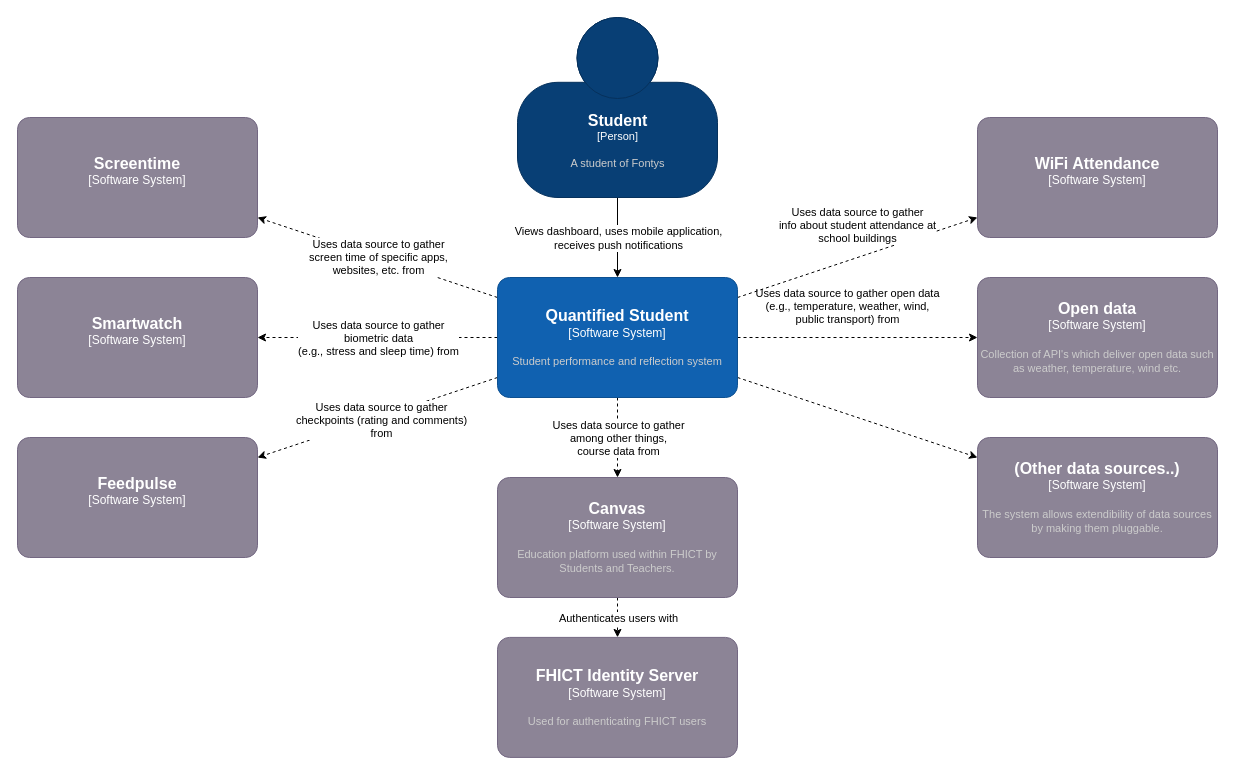
The draw.io diagram page "C1 - Context" (1 of 4) of QS - C4 model.drawio in quantifiedstudent/QS-Docs, before the edit. Source tidied: cells renumbered, new cells numbered last; positions are measured from the earlier drawing's top-left corner, leaving out a move shared by most shapes. Both pictures are drawn from the tidied source at 100%, with x=0, y=0 at pixel (17, 17).
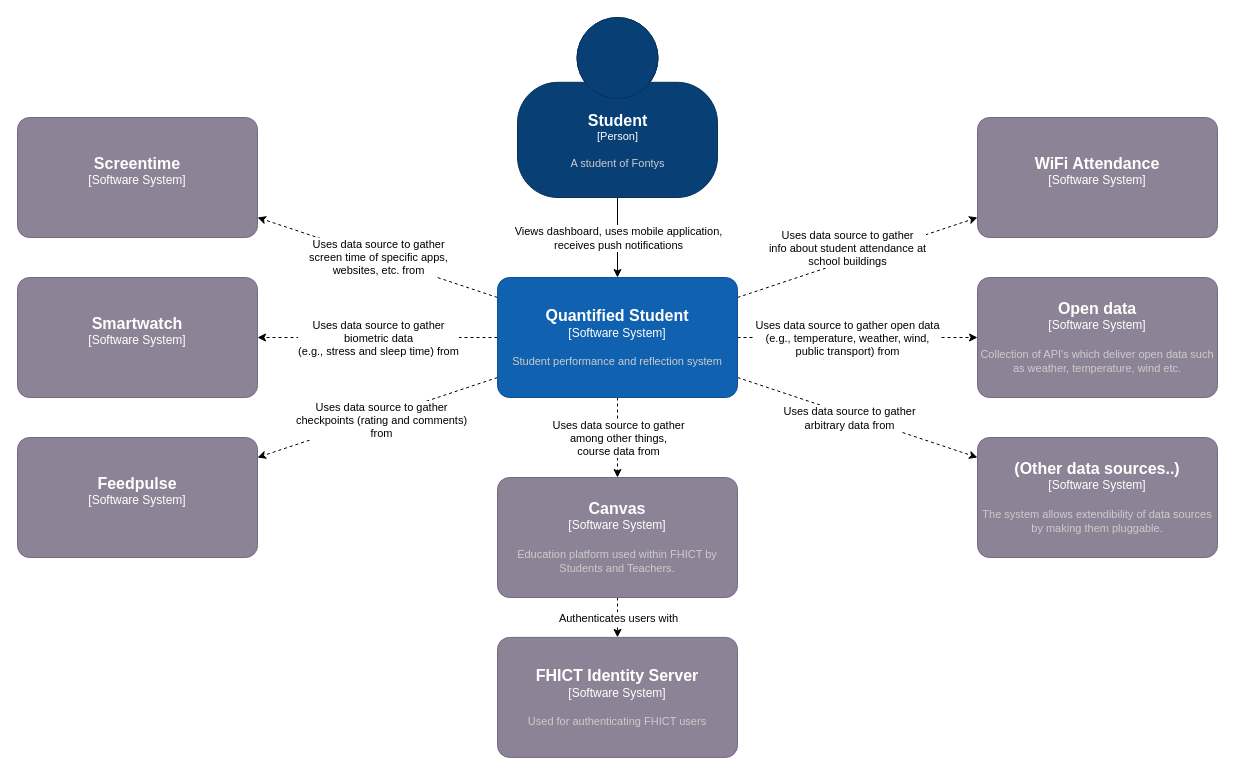
After the change.

The change refers to these unchanged cells:
```xml
<mxCell id="4" style="rounded=0;jettySize=auto;html=1;dashed=1;startArrow=none;startFill=0;endArrow=classic;endFill=1;" parent="1" edge="1" source="15" target="23">
  <mxGeometry relative="1" as="geometry" />
</mxCell>
<mxCell id="6" style="rounded=0;jettySize=auto;html=1;dashed=1;startArrow=none;startFill=0;endArrow=classic;endFill=1;" parent="1" edge="1" source="15" target="24">
  <mxGeometry relative="1" as="geometry" />
</mxCell>
<mxCell id="14" style="rounded=0;jettySize=auto;html=1;dashed=1;" parent="1" edge="1" source="15" target="28">
  <mxGeometry relative="1" as="geometry" />
</mxCell>
```

Change to the diagram source:
```diff
@@
     <mxCell id="5" value="Uses data source to gather open data&lt;br&gt;(e.g., temperature, weather, wind,&lt;br&gt;public transport) from" style="edgeLabel;html=1;align=center;verticalAlign=middle;" parent="4" vertex="1">
       <mxGeometry x="0.59" relative="1" as="geometry">
-        <mxPoint x="-82" y="-32" as="offset" />
+        <mxPoint x="-82" as="offset" />
       </mxGeometry>
     </mxCell>
@@
     <mxCell id="7" value="Uses data source to gather&lt;br&gt;info about student attendance at&lt;br&gt;school buildings" style="edgeLabel;html=1;align=center;verticalAlign=middle;" parent="6" vertex="1">
       <mxGeometry x="0.82" y="-1" relative="1" as="geometry">
-        <mxPoint x="-99" y="-1" as="offset" />
+        <mxPoint x="-109" y="22" as="offset" />
       </mxGeometry>
     </mxCell>
@@
+    <mxCell id="29" value="Uses data source to gather&lt;br&gt;arbitrary data from" style="edgeLabel;html=1;align=center;verticalAlign=middle;" parent="14" vertex="1">
+      <mxGeometry x="-0.3" y="2" relative="1" as="geometry">
+        <mxPoint x="26" y="14" as="offset" />
+      </mxGeometry>
+    </mxCell>
```
